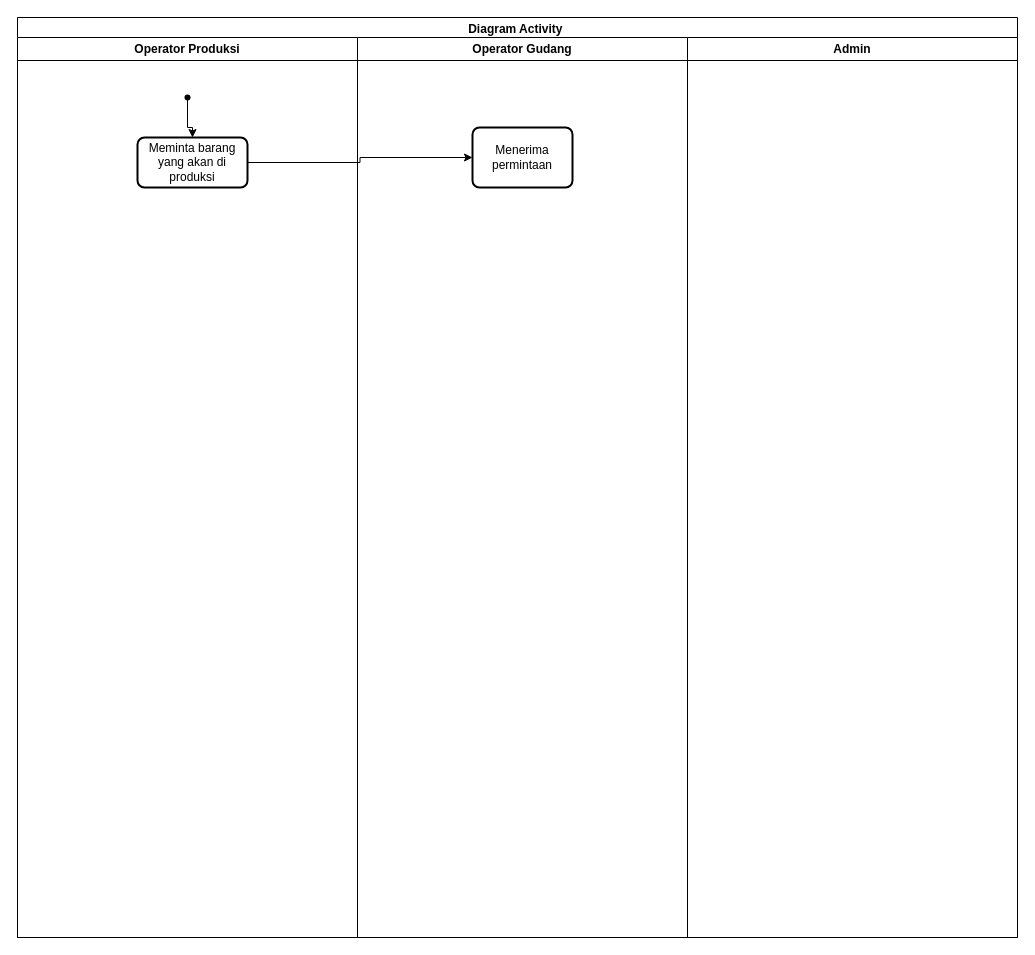
MANGasu50/PBLIF-08 keeps this draw.io diagram as aktivity diagram_PBL IF-08.drawio. Above is the earlier version. Source tidied: cells renumbered, new cells numbered last; positions are measured from the earlier drawing's top-left corner, leaving out a move shared by most shapes. Both pictures are drawn from the tidied source at 100%, with x=0, y=0 at pixel (17, 17).
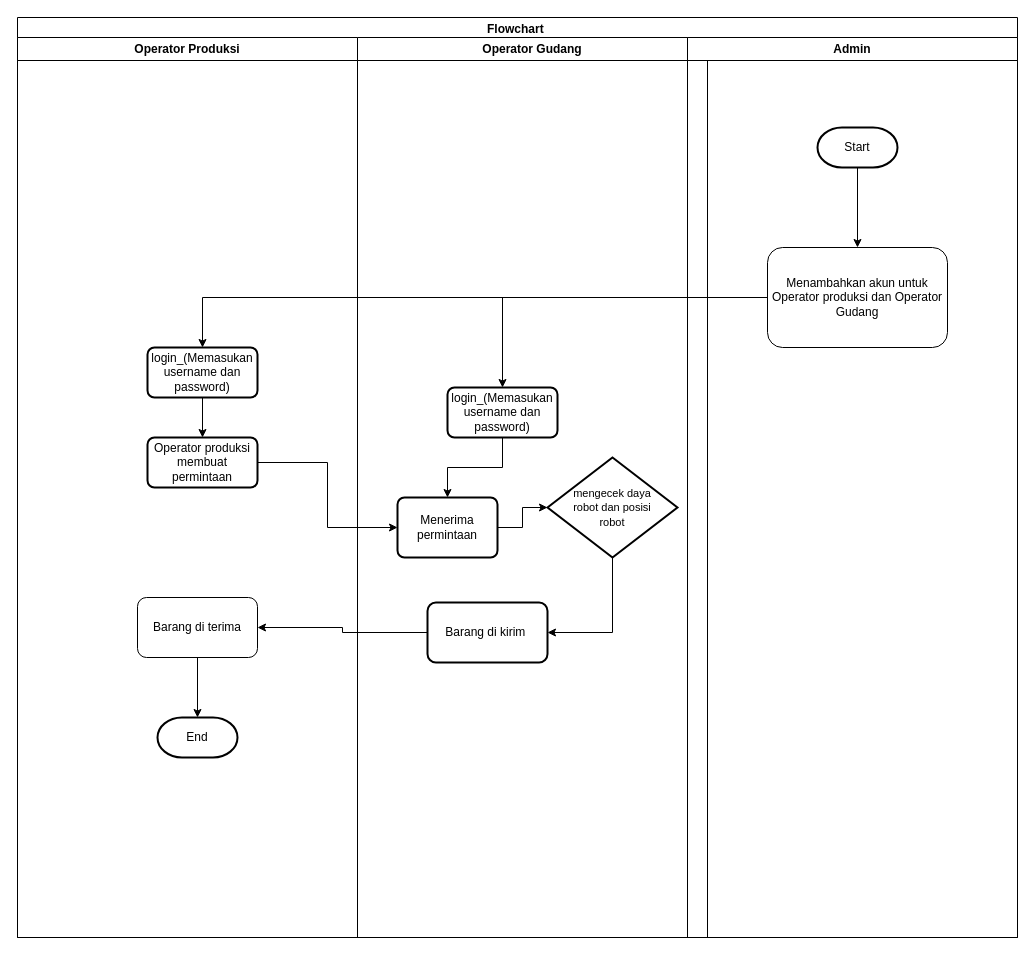
The same diagram, later.

Commit message:
Flowchart_PBL IF-08.drawio

The change refers to these unchanged cells:
```xml
<mxCell id="5" value="Admin" style="swimlane;whiteSpace=wrap;html=1;" parent="2" vertex="1">
  <mxGeometry x="670" y="20" width="330" height="900" as="geometry" />
</mxCell>
<mxCell id="6" value="Operator Produksi" style="swimlane;whiteSpace=wrap;html=1;" parent="1" vertex="1">
  <mxGeometry y="20" width="340" height="900" as="geometry" />
</mxCell>
```

What changed in the source:
```diff
@@
-    <mxCell id="2" value="Diagram Activity&amp;nbsp;" style="swimlane;whiteSpace=wrap;html=1;" parent="1" vertex="1">
+    <mxCell id="2" value="Flowchart&amp;nbsp;" style="swimlane;whiteSpace=wrap;html=1;" parent="1" vertex="1">
       <mxGeometry width="1000" height="920" as="geometry" />
     </mxCell>
     <mxCell id="3" value="Operator Gudang" style="swimlane;whiteSpace=wrap;html=1;" parent="2" vertex="1">
-      <mxGeometry x="340" y="20" width="330" height="900" as="geometry" />
+      <mxGeometry x="340" y="20" width="350" height="900" as="geometry" />
     </mxCell>
+    <mxCell id="11" style="edgeStyle=orthogonalEdgeStyle;rounded=0;jettySize=auto;html=1;entryX=0;entryY=0.5;entryDx=0;entryDy=0;entryPerimeter=0;" parent="3" edge="1" source="4" target="16">
+      <mxGeometry relative="1" as="geometry" />
+    </mxCell>
     <mxCell id="4" value="Menerima permintaan" style="rounded=1;whiteSpace=wrap;html=1;absoluteArcSize=1;arcSize=14;strokeWidth=2;" parent="3" vertex="1">
-      <mxGeometry x="115" y="90" width="100" height="60" as="geometry" />
+      <mxGeometry x="40" y="460" width="100" height="60" as="geometry" />
     </mxCell>
+    <mxCell id="12" value="Barang di kirim&amp;nbsp;" style="whiteSpace=wrap;html=1;rounded=1;arcSize=14;strokeWidth=2;" parent="3" vertex="1">
+      <mxGeometry x="70" y="565" width="120" height="60" as="geometry" />
+    </mxCell>
+    <mxCell id="13" style="edgeStyle=orthogonalEdgeStyle;rounded=0;jettySize=auto;html=1;entryX=1;entryY=0.5;entryDx=0;entryDy=0;exitX=0.5;exitY=1;exitDx=0;exitDy=0;exitPerimeter=0;" parent="3" edge="1" source="16" target="12">
+      <mxGeometry relative="1" as="geometry" />
+    </mxCell>
+    <mxCell id="14" style="edgeStyle=orthogonalEdgeStyle;rounded=0;jettySize=auto;html=1;entryX=0.5;entryY=0;entryDx=0;entryDy=0;" parent="3" edge="1" source="15" target="4">
+      <mxGeometry relative="1" as="geometry" />
+    </mxCell>
+    <mxCell id="15" value="login_(Memasukan username dan password)" style="rounded=1;whiteSpace=wrap;html=1;absoluteArcSize=1;arcSize=14;strokeWidth=2;" parent="3" vertex="1">
+      <mxGeometry x="90" y="350" width="110" height="50" as="geometry" />
+    </mxCell>
+    <mxCell id="16" value="&lt;font style=&quot;font-size: 11px;&quot;&gt;mengecek daya&lt;br style=&quot;border-color: var(--border-color);&quot;&gt;robot dan posisi&lt;br style=&quot;border-color: var(--border-color);&quot;&gt;robot&lt;/font&gt;" style="strokeWidth=2;html=1;shape=mxgraph.flowchart.decision;whiteSpace=wrap;" parent="3" vertex="1">
+      <mxGeometry x="190" y="420" width="130" height="100" as="geometry" />
+    </mxCell>
@@
+    <mxCell id="17" value="Menambahkan akun untuk Operator produksi dan Operator Gudang" style="rounded=1;whiteSpace=wrap;html=1;" parent="5" vertex="1">
+      <mxGeometry x="80" y="210" width="180" height="100" as="geometry" />
+    </mxCell>
+    <mxCell id="18" style="edgeStyle=orthogonalEdgeStyle;rounded=0;jettySize=auto;html=1;exitX=0.5;exitY=1;exitDx=0;exitDy=0;exitPerimeter=0;entryX=0.5;entryY=0;entryDx=0;entryDy=0;" parent="5" edge="1" source="19" target="17">
+      <mxGeometry relative="1" as="geometry" />
+    </mxCell>
+    <mxCell id="19" value="Start" style="strokeWidth=2;html=1;shape=mxgraph.flowchart.terminator;whiteSpace=wrap;" parent="5" vertex="1">
+      <mxGeometry x="130" y="90" width="80" height="40" as="geometry" />
+    </mxCell>
+    <mxCell id="20" style="edgeStyle=orthogonalEdgeStyle;rounded=0;jettySize=auto;html=1;entryX=0.5;entryY=0;entryDx=0;entryDy=0;" parent="2" edge="1" source="17" target="15">
+      <mxGeometry relative="1" as="geometry" />
+    </mxCell>
@@
-    <mxCell id="7" style="shape=waypoint;sketch=0;fillStyle=solid;size=6;points=[];fillColor=none;perimeter=centerPerimeter;snapToPoint=1;" parent="6" vertex="1">
-      <mxGeometry x="160" y="50" width="20" height="20" as="geometry" />
-    </mxCell>
-    <mxCell id="8" value="Meminta barang yang akan di produksi" style="rounded=1;whiteSpace=wrap;html=1;absoluteArcSize=1;arcSize=14;strokeWidth=2;" parent="6" vertex="1">
-      <mxGeometry x="120" y="100" width="110" height="50" as="geometry" />
+    <mxCell id="8" value="Operator produksi membuat permintaan" style="rounded=1;whiteSpace=wrap;html=1;absoluteArcSize=1;arcSize=14;strokeWidth=2;" parent="6" vertex="1">
+      <mxGeometry x="130" y="400" width="110" height="50" as="geometry" />
     </mxCell>
-    <mxCell id="9" style="edgeStyle=orthogonalEdgeStyle;rounded=0;jettySize=auto;html=1;" parent="6" edge="1" source="7" target="8">
-      <mxGeometry relative="1" as="geometry" />
-    </mxCell>
+    <mxCell id="21" value="login_(Memasukan username dan password)" style="rounded=1;whiteSpace=wrap;html=1;absoluteArcSize=1;arcSize=14;strokeWidth=2;" parent="6" vertex="1">
+      <mxGeometry x="130" y="310" width="110" height="50" as="geometry" />
+    </mxCell>
+    <mxCell id="22" style="edgeStyle=orthogonalEdgeStyle;rounded=0;jettySize=auto;html=1;entryX=0.5;entryY=0;entryDx=0;entryDy=0;" parent="6" edge="1" source="21" target="8">
+      <mxGeometry relative="1" as="geometry" />
+    </mxCell>
+    <mxCell id="23" value="End" style="strokeWidth=2;html=1;shape=mxgraph.flowchart.terminator;whiteSpace=wrap;" parent="6" vertex="1">
+      <mxGeometry x="140" y="680" width="80" height="40" as="geometry" />
+    </mxCell>
-    <mxCell id="10" style="edgeStyle=orthogonalEdgeStyle;rounded=0;jettySize=auto;html=1;" parent="1" edge="1" source="8" target="4">
+    <mxCell id="10" style="edgeStyle=orthogonalEdgeStyle;rounded=0;jettySize=auto;html=1;entryX=0;entryY=0.5;entryDx=0;entryDy=0;" parent="1" edge="1" source="8" target="4">
       <mxGeometry relative="1" as="geometry" />
     </mxCell>
+    <mxCell id="24" value="Barang di terima" style="rounded=1;whiteSpace=wrap;html=1;" parent="1" vertex="1">
+      <mxGeometry x="120" y="580" width="120" height="60" as="geometry" />
+    </mxCell>
+    <mxCell id="25" style="edgeStyle=orthogonalEdgeStyle;rounded=0;jettySize=auto;html=1;" parent="1" edge="1" source="12" target="24">
+      <mxGeometry relative="1" as="geometry" />
+    </mxCell>
+    <mxCell id="26" style="edgeStyle=orthogonalEdgeStyle;rounded=0;jettySize=auto;html=1;exitX=0;exitY=0.5;exitDx=0;exitDy=0;entryX=0.5;entryY=0;entryDx=0;entryDy=0;" parent="1" edge="1" source="17" target="21">
+      <mxGeometry relative="1" as="geometry" />
+    </mxCell>
+    <mxCell id="27" style="edgeStyle=orthogonalEdgeStyle;rounded=0;jettySize=auto;html=1;exitX=0.5;exitY=1;exitDx=0;exitDy=0;entryX=0.5;entryY=0;entryDx=0;entryDy=0;entryPerimeter=0;" parent="1" edge="1" source="24" target="23">
+      <mxGeometry relative="1" as="geometry" />
+    </mxCell>
```
